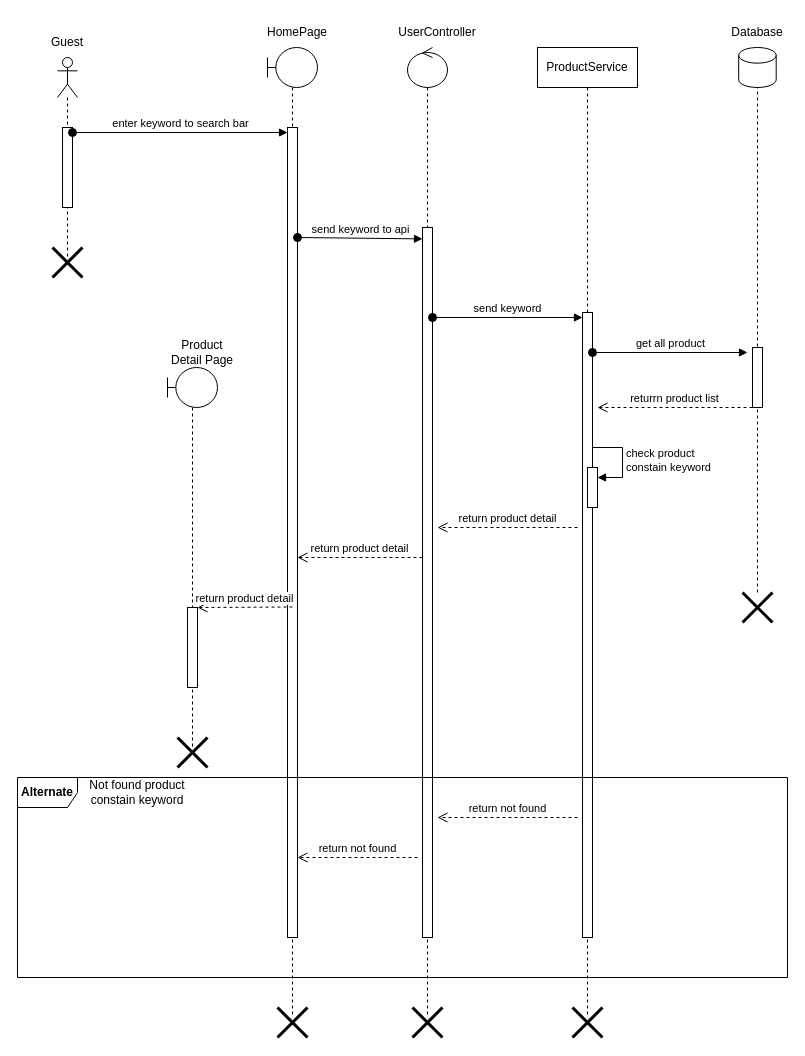
Before: WatchStoreDocs/UseCase/1. Guest/UC003-FindProduct/UC003_sequence.drawio in HuYssss/WatchStore, a draw.io diagram. Source tidied: cells renumbered, new cells numbered last; positions are measured from the earlier drawing's top-left corner, leaving out a move shared by most shapes. Both pictures are drawn from the tidied source at 100%, with x=0, y=0 at pixel (17, 17).
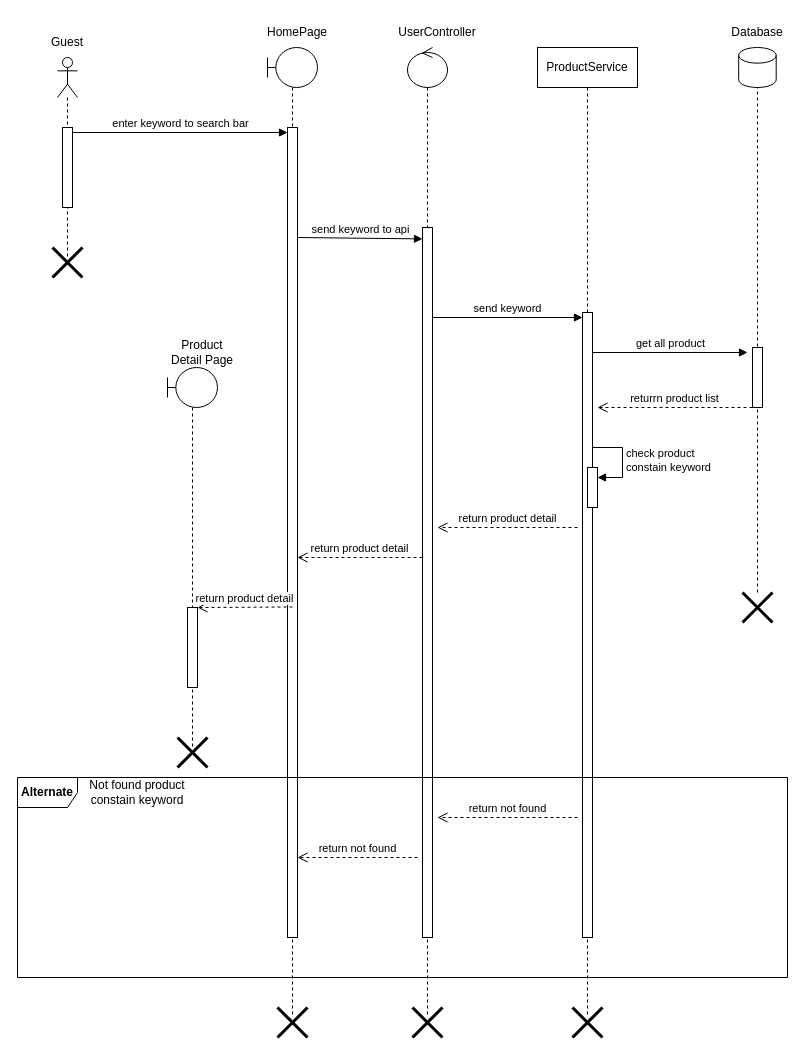
The same diagram, later.

The change refers to these unchanged cells:
```xml
<mxCell id="3" style="html=1;points=[[0,0,0,0,5],[0,1,0,0,-5],[1,0,0,0,5],[1,1,0,0,-5]];perimeter=orthogonalPerimeter;outlineConnect=0;targetShapes=umlLifeline;portConstraint=eastwest;newEdgeStyle={&quot;curved&quot;:0,&quot;rounded&quot;:0};" parent="2" vertex="1">
  <mxGeometry x="5" y="70" width="10" height="80" as="geometry" />
</mxCell>
<mxCell id="6" style="html=1;points=[[0,0,0,0,5],[0,1,0,0,-5],[1,0,0,0,5],[1,1,0,0,-5]];perimeter=orthogonalPerimeter;outlineConnect=0;targetShapes=umlLifeline;portConstraint=eastwest;newEdgeStyle={&quot;curved&quot;:0,&quot;rounded&quot;:0};" parent="5" vertex="1">
  <mxGeometry x="20" y="80" width="10" height="810" as="geometry" />
</mxCell>
<mxCell id="11" style="html=1;points=[[0,0,0,0,5],[0,1,0,0,-5],[1,0,0,0,5],[1,1,0,0,-5]];perimeter=orthogonalPerimeter;outlineConnect=0;targetShapes=umlLifeline;portConstraint=eastwest;newEdgeStyle={&quot;curved&quot;:0,&quot;rounded&quot;:0};" parent="10" vertex="1">
  <mxGeometry x="15" y="180" width="10" height="710" as="geometry" />
</mxCell>
<mxCell id="14" style="html=1;points=[[0,0,0,0,5],[0,1,0,0,-5],[1,0,0,0,5],[1,1,0,0,-5]];perimeter=orthogonalPerimeter;outlineConnect=0;targetShapes=umlLifeline;portConstraint=eastwest;newEdgeStyle={&quot;curved&quot;:0,&quot;rounded&quot;:0};" parent="13" vertex="1">
  <mxGeometry x="45" y="265" width="10" height="625" as="geometry" />
</mxCell>
```

The edit, as a diff of the source:
```diff
@@
-    <mxCell id="8" value="enter keyword to search bar" style="html=1;verticalAlign=bottom;startArrow=oval;endArrow=block;startSize=8;curved=0;rounded=0;entryX=0;entryY=0;entryDx=0;entryDy=5;" parent="1" edge="1" source="3" target="6">
+    <mxCell id="8" value="enter keyword to search bar" style="html=1;verticalAlign=bottom;startArrow=none;endArrow=block;startSize=8;curved=0;rounded=0;entryX=0;entryY=0;entryDx=0;entryDy=5;startFill=0;" parent="1" edge="1" source="3" target="6">
       <mxGeometry relative="1" as="geometry" />
     </mxCell>
-    <mxCell id="9" value="send keyword to api" style="html=1;verticalAlign=bottom;startArrow=oval;endArrow=block;startSize=8;curved=0;rounded=0;entryX=0;entryY=0.063;entryDx=0;entryDy=0;entryPerimeter=0;" parent="1" edge="1">
+    <mxCell id="9" value="send keyword to api" style="html=1;verticalAlign=bottom;startArrow=none;endArrow=block;startSize=8;curved=0;rounded=0;entryX=0;entryY=0.063;entryDx=0;entryDy=0;entryPerimeter=0;startFill=0;" parent="1" edge="1">
       <mxGeometry relative="1" as="geometry">
         <mxPoint x="280" y="220" as="sourcePoint" />
         <mxPoint x="405" y="221.4" as="targetPoint" />
       </mxGeometry>
     </mxCell>
@@
-    <mxCell id="17" value="send keyword" style="html=1;verticalAlign=bottom;startArrow=oval;endArrow=block;startSize=8;curved=0;rounded=0;entryX=0;entryY=0;entryDx=0;entryDy=5;" parent="1" edge="1" source="11" target="14">
+    <mxCell id="17" value="send keyword" style="html=1;verticalAlign=bottom;startArrow=none;endArrow=block;startSize=8;curved=0;rounded=0;entryX=0;entryY=0;entryDx=0;entryDy=5;startFill=0;" parent="1" edge="1" source="11" target="14">
       <mxGeometry relative="1" as="geometry" />
     </mxCell>
-    <mxCell id="18" value="get all product" style="html=1;verticalAlign=bottom;startArrow=oval;endArrow=block;startSize=8;curved=0;rounded=0;" parent="1" edge="1" source="14">
+    <mxCell id="18" value="get all product" style="html=1;verticalAlign=bottom;startArrow=none;endArrow=block;startSize=8;curved=0;rounded=0;startFill=0;" parent="1" edge="1" source="14">
       <mxGeometry relative="1" as="geometry">
         <mxPoint x="730" y="335" as="targetPoint" />
       </mxGeometry>
     </mxCell>
```
